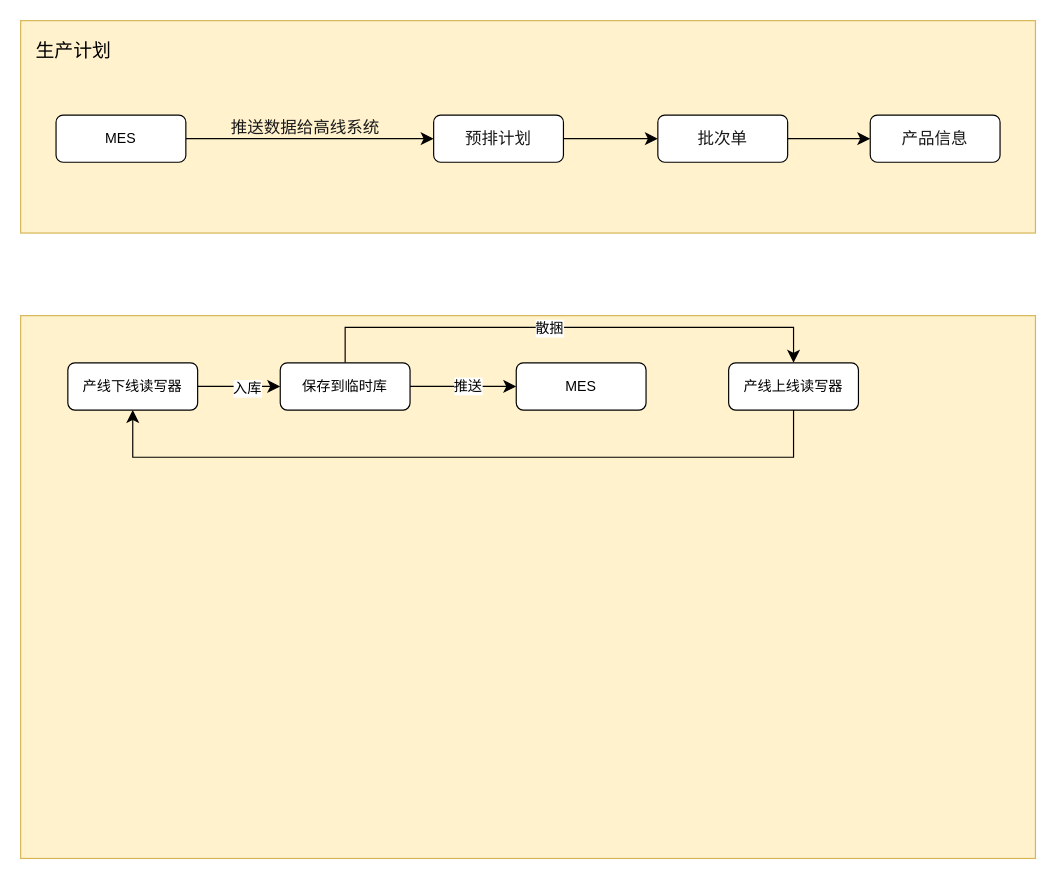
Earlier version of the draw.io diagram gx.drawio (zhangxrxyy/draw). Source tidied: cells renumbered, new cells numbered last; positions are measured from the earlier drawing's top-left corner, leaving out a move shared by most shapes. Both pictures are drawn from the tidied source at 118%, with x=0, y=0 at pixel (20, 20).
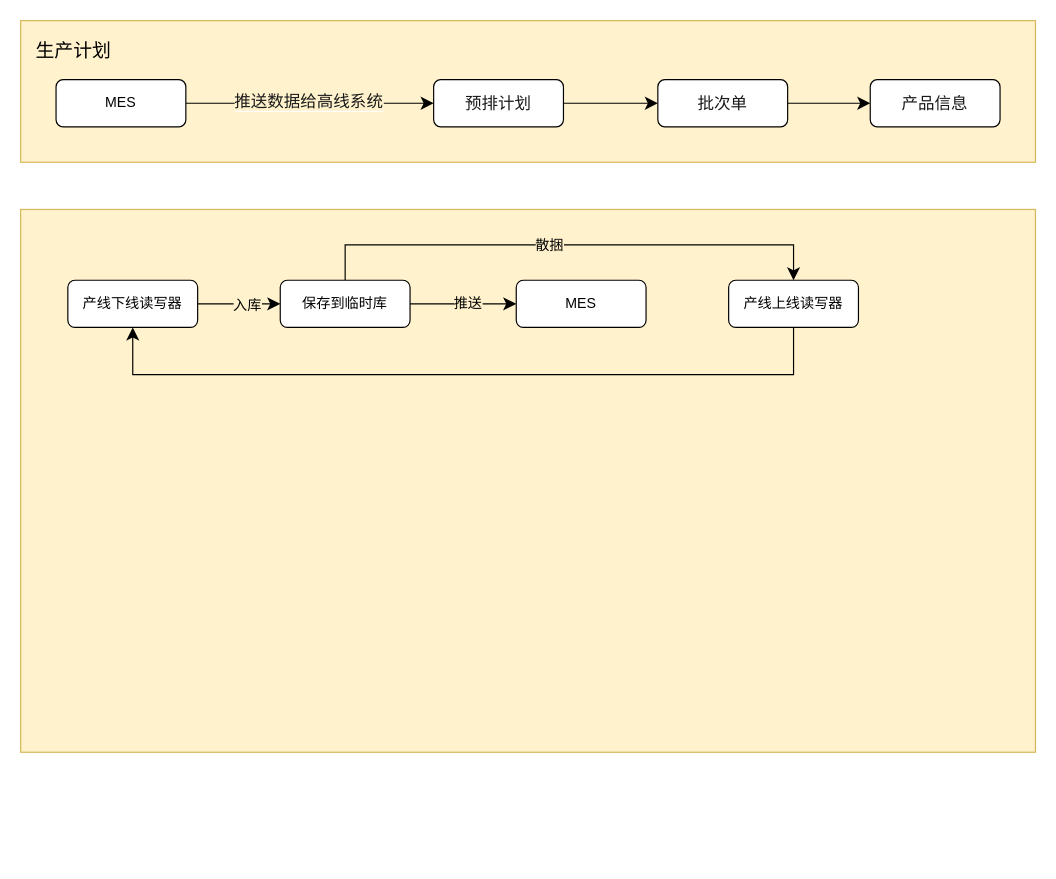
After the change.

The change refers to these unchanged cells:
```xml
<mxCell id="4" style="edgeStyle=none;curved=1;rounded=0;jettySize=auto;html=1;fontSize=12;startSize=8;endSize=8;" parent="1" edge="1" source="6" target="8">
  <mxGeometry relative="1" as="geometry" />
</mxCell>
<mxCell id="13" style="edgeStyle=none;curved=1;rounded=0;jettySize=auto;html=1;exitX=1;exitY=0.5;exitDx=0;exitDy=0;fontSize=12;startSize=8;endSize=8;" parent="1" edge="1" source="15" target="20">
  <mxGeometry relative="1" as="geometry" />
</mxCell>
<mxCell id="16" style="edgeStyle=none;curved=1;rounded=0;jettySize=auto;html=1;exitX=1;exitY=0.5;exitDx=0;exitDy=0;fontSize=12;startSize=8;endSize=8;" parent="1" edge="1" source="20" target="21">
  <mxGeometry relative="1" as="geometry" />
</mxCell>
```

What changed in the source:
```diff
@@
     <mxCell id="2" style="rounded=0;whiteSpace=wrap;html=1;fillColor=#fff2cc;strokeColor=#d6b656;" parent="1" vertex="1">
-      <mxGeometry width="860" height="180" as="geometry" />
+      <mxGeometry width="860" height="120" as="geometry" />
     </mxCell>
@@
-    <mxCell id="5" value="&lt;div style=&quot;line-height: 1.3; font-family: &amp;quot;Source Han Sans CN&amp;quot;; text-align: left; vertical-align: middle; color: rgb(25, 25, 26); font-size: 14px;&quot;&gt;&lt;p&gt;推送数据给高线系统&lt;/p&gt;&lt;/div&gt;" style="edgeLabel;html=1;align=center;verticalAlign=middle;fontSize=12;labelBackgroundColor=none;" parent="4" vertex="1">
+    <mxCell id="5" value="&lt;div style=&quot;line-height: 1.3; font-family: &amp;quot;Source Han Sans CN&amp;quot;; text-align: left; vertical-align: middle; color: rgb(25, 25, 26); font-size: 14px;&quot;&gt;&lt;p&gt;&lt;br&gt;&lt;/p&gt;&lt;/div&gt;" style="edgeLabel;html=1;align=center;verticalAlign=middle;fontSize=12;labelBackgroundColor=#FFF2CC;" parent="4" vertex="1">
       <mxGeometry x="-0.05" y="-1" relative="1" as="geometry">
-        <mxPoint y="-11" as="offset" />
+        <mxPoint y="-1" as="offset" />
       </mxGeometry>
     </mxCell>
+    <mxCell id="24" value="&lt;span style=&quot;color: rgb(25, 25, 26); font-family: &amp;quot;Source Han Sans CN&amp;quot;; font-size: 14px; text-align: left; background-color: rgb(255, 242, 204);&quot;&gt;推送数据给高线系统&lt;/span&gt;" style="edgeLabel;html=1;align=center;verticalAlign=middle;" parent="4" vertex="1">
+      <mxGeometry x="-0.02" y="2" relative="1" as="geometry" />
+    </mxCell>
     <mxCell id="6" value="MES" style="rounded=1;whiteSpace=wrap;html=1;" parent="1" vertex="1">
-      <mxGeometry x="30" y="80" width="110" height="40" as="geometry" />
+      <mxGeometry x="30" y="50" width="110" height="40" as="geometry" />
     </mxCell>
@@
     <mxCell id="8" value="&lt;div style=&quot;line-height: 1.3; font-family: &amp;quot;Source Han Sans CN&amp;quot;; vertical-align: middle; color: rgb(25, 25, 26); font-size: 14px;&quot;&gt;&lt;p&gt;预排计划&lt;/p&gt;&lt;/div&gt;" style="rounded=1;whiteSpace=wrap;html=1;" parent="1" vertex="1">
-      <mxGeometry x="350" y="80" width="110" height="40" as="geometry" />
+      <mxGeometry x="350" y="50" width="110" height="40" as="geometry" />
     </mxCell>
@@
     <mxCell id="10" value="&lt;div style=&quot;line-height: 1.3; font-family: &amp;quot;Source Han Sans CN&amp;quot;; vertical-align: middle; color: rgb(25, 25, 26); font-size: 14px;&quot;&gt;&lt;div style=&quot;line-height: 1.3; vertical-align: middle;&quot;&gt;&lt;p&gt;批次单&lt;/p&gt;&lt;/div&gt;&lt;/div&gt;" style="rounded=1;whiteSpace=wrap;html=1;" parent="1" vertex="1">
-      <mxGeometry x="540" y="80" width="110" height="40" as="geometry" />
+      <mxGeometry x="540" y="50" width="110" height="40" as="geometry" />
     </mxCell>
     <mxCell id="11" value="&lt;div style=&quot;line-height: 1.3; font-family: &amp;quot;Source Han Sans CN&amp;quot;; vertical-align: middle; color: rgb(25, 25, 26); font-size: 14px;&quot;&gt;&lt;div style=&quot;line-height: 1.3; vertical-align: middle;&quot;&gt;&lt;div style=&quot;line-height: 1.3; vertical-align: middle;&quot;&gt;&lt;p&gt;产品信息&lt;/p&gt;&lt;/div&gt;&lt;/div&gt;&lt;/div&gt;" style="rounded=1;whiteSpace=wrap;html=1;" parent="1" vertex="1">
-      <mxGeometry x="720" y="80" width="110" height="40" as="geometry" />
+      <mxGeometry x="720" y="50" width="110" height="40" as="geometry" />
     </mxCell>
     <mxCell id="12" style="rounded=0;whiteSpace=wrap;html=1;fillColor=#fff2cc;strokeColor=#d6b656;" parent="1" vertex="1">
-      <mxGeometry y="250" width="860" height="460" as="geometry" />
+      <mxGeometry y="160" width="860" height="460" as="geometry" />
     </mxCell>
@@
-    <mxCell id="14" value="入库" style="edgeLabel;html=1;align=center;verticalAlign=middle;fontSize=12;" parent="13" vertex="1">
+    <mxCell id="14" value="入库" style="edgeLabel;html=1;align=center;verticalAlign=middle;fontSize=12;labelBackgroundColor=#FFF2CC;" parent="13" vertex="1">
       <mxGeometry x="0.17" y="-1" relative="1" as="geometry" />
     </mxCell>
     <mxCell id="15" value="产线下线读写器" style="rounded=1;whiteSpace=wrap;html=1;" parent="1" vertex="1">
-      <mxGeometry x="40" y="290" width="110" height="40" as="geometry" />
+      <mxGeometry x="40" y="220" width="110" height="40" as="geometry" />
     </mxCell>
@@
-    <mxCell id="17" value="推送" style="edgeLabel;html=1;align=center;verticalAlign=middle;fontSize=12;" parent="16" vertex="1">
+    <mxCell id="17" value="推送" style="edgeLabel;html=1;align=center;verticalAlign=middle;fontSize=12;labelBackgroundColor=#FFF2CC;" parent="16" vertex="1">
       <mxGeometry x="0.07" y="1" relative="1" as="geometry" />
     </mxCell>
     <mxCell id="18" style="edgeStyle=none;curved=0;rounded=0;jettySize=auto;html=1;exitX=0.5;exitY=0;exitDx=0;exitDy=0;entryX=0.5;entryY=0;entryDx=0;entryDy=0;fontSize=12;startSize=8;endSize=8;" parent="1" edge="1" source="20" target="23">
       <mxGeometry relative="1" as="geometry">
         <Array as="points">
-          <mxPoint x="275" y="260" />
-          <mxPoint x="655" y="260" />
+          <mxPoint x="275" y="190" />
+          <mxPoint x="655" y="190" />
         </Array>
       </mxGeometry>
     </mxCell>
-    <mxCell id="19" value="散捆" style="edgeLabel;html=1;align=center;verticalAlign=middle;fontSize=12;" parent="18" vertex="1">
+    <mxCell id="19" value="散捆" style="edgeLabel;html=1;align=center;verticalAlign=middle;fontSize=12;labelBackgroundColor=#FFF2CC;" parent="18" vertex="1">
       <mxGeometry x="-0.08" relative="1" as="geometry" />
     </mxCell>
     <mxCell id="20" value="保存到临时库" style="rounded=1;whiteSpace=wrap;html=1;" parent="1" vertex="1">
-      <mxGeometry x="220" y="290" width="110" height="40" as="geometry" />
+      <mxGeometry x="220" y="220" width="110" height="40" as="geometry" />
     </mxCell>
     <mxCell id="21" value="MES" style="rounded=1;whiteSpace=wrap;html=1;" parent="1" vertex="1">
-      <mxGeometry x="420" y="290" width="110" height="40" as="geometry" />
+      <mxGeometry x="420" y="220" width="110" height="40" as="geometry" />
     </mxCell>
     <mxCell id="22" style="edgeStyle=none;curved=0;rounded=0;jettySize=auto;html=1;exitX=0.5;exitY=1;exitDx=0;exitDy=0;entryX=0.5;entryY=1;entryDx=0;entryDy=0;fontSize=12;startSize=8;endSize=8;" parent="1" edge="1" source="23" target="15">
       <mxGeometry relative="1" as="geometry">
         <Array as="points">
-          <mxPoint x="655" y="370" />
-          <mxPoint x="95" y="370" />
+          <mxPoint x="655" y="300" />
+          <mxPoint x="95" y="300" />
         </Array>
       </mxGeometry>
     </mxCell>
     <mxCell id="23" value="产线上线读写器" style="rounded=1;whiteSpace=wrap;html=1;" parent="1" vertex="1">
-      <mxGeometry x="600" y="290" width="110" height="40" as="geometry" />
+      <mxGeometry x="600" y="220" width="110" height="40" as="geometry" />
     </mxCell>
```
